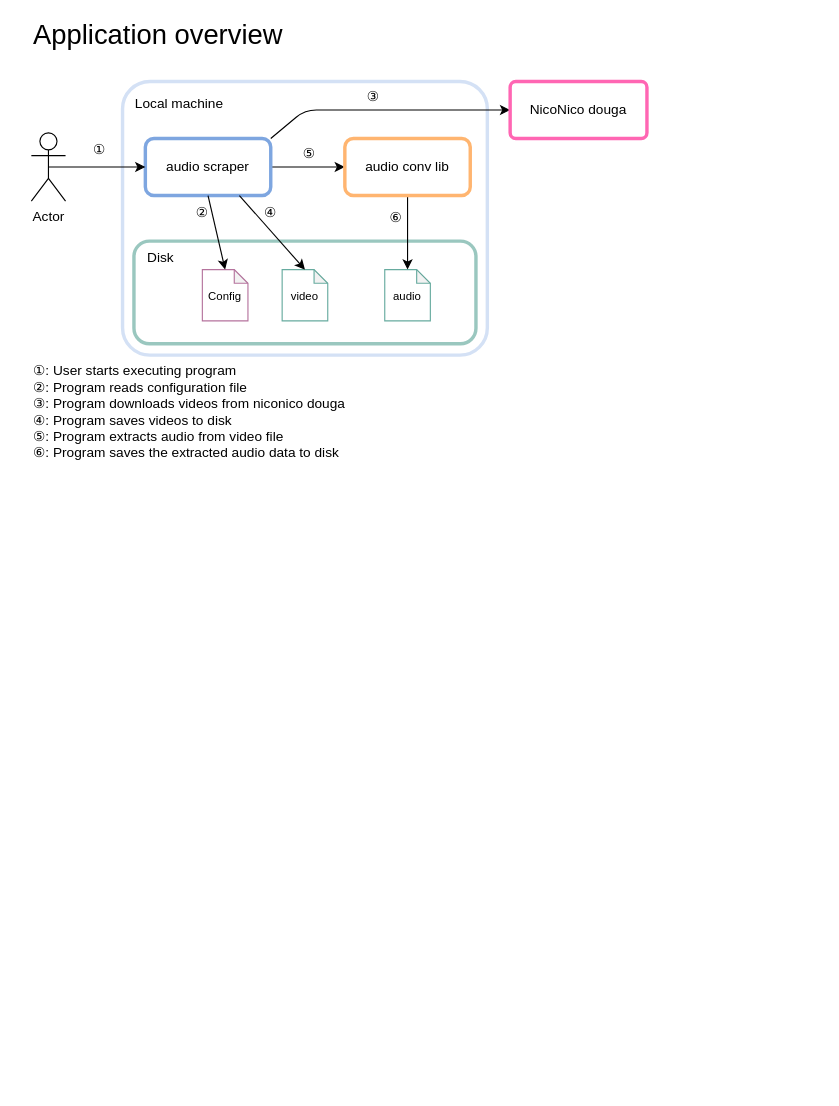
Earlier version of the draw.io diagram docs/audio-scraper-design.drawio (eiji03aero/niconico-scraper). Source tidied: cells renumbered, new cells numbered last; positions are measured from the earlier drawing's top-left corner, leaving out a move shared by most shapes. Both pictures are drawn from the tidied source at 114%, with x=0, y=0 at pixel (31, 24).
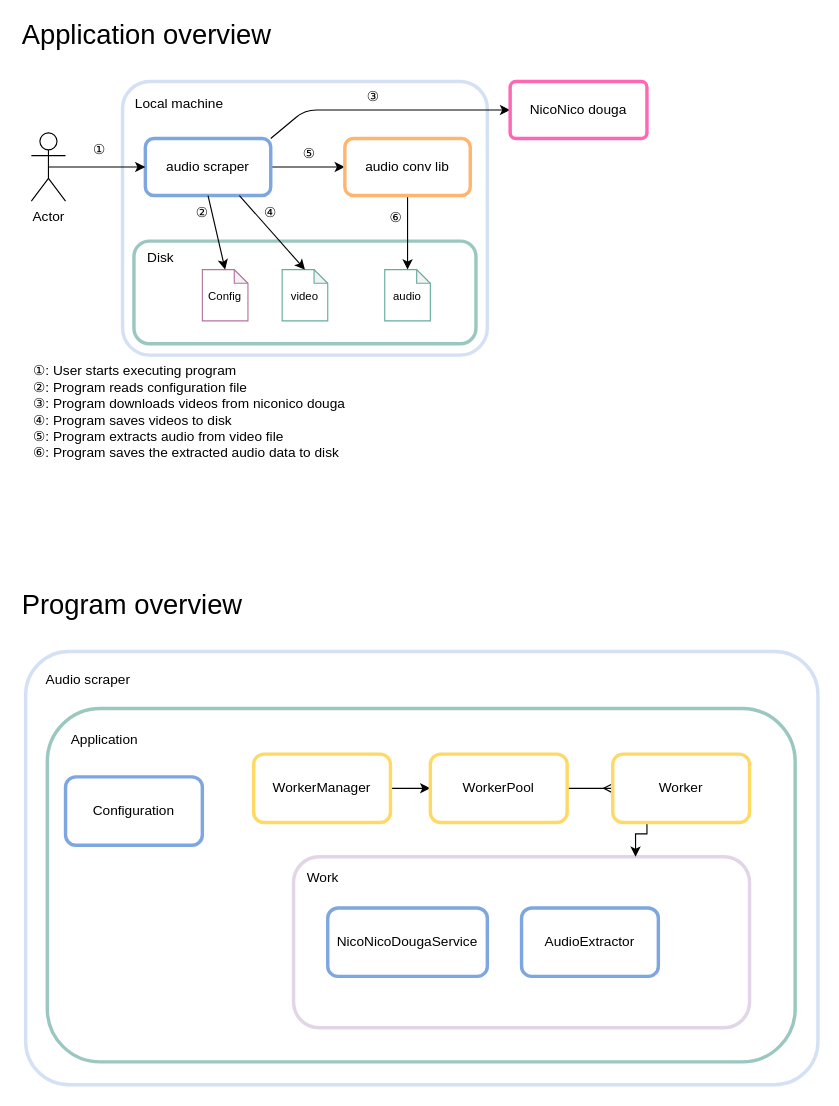
The same diagram, later.

Commit message (it also covers changes not shown here):
added program overview

The edit, as a diff of the source:
```diff
@@
     <mxCell id="25" value="Application overview" style="text;html=1;strokeColor=none;fillColor=none;align=left;verticalAlign=middle;whiteSpace=wrap;rounded=0;fontSize=24;" parent="1" vertex="1">
-      <mxGeometry width="230" height="20" as="geometry" />
+      <mxGeometry x="-10" width="230" height="20" as="geometry" />
     </mxCell>
@@
+    <mxCell id="27" value="Program overview" style="text;html=1;strokeColor=none;fillColor=none;align=left;verticalAlign=middle;whiteSpace=wrap;rounded=0;fontSize=24;" parent="1" vertex="1">
+      <mxGeometry x="-10" y="500" width="230" height="20" as="geometry" />
+    </mxCell>
+    <mxCell id="28" style="rounded=1;arcSize=10;whiteSpace=wrap;html=1;align=center;strokeWidth=3;strokeColor=#D4E1F5;" parent="1" vertex="1">
+      <mxGeometry x="-5" y="550" width="695" height="380" as="geometry" />
+    </mxCell>
+    <mxCell id="29" value="Audio scraper" style="text;html=1;strokeColor=none;fillColor=none;align=center;verticalAlign=middle;whiteSpace=wrap;rounded=0;" parent="1" vertex="1">
+      <mxGeometry x="10" y="560" width="80" height="30" as="geometry" />
+    </mxCell>
+    <mxCell id="30" style="rounded=1;whiteSpace=wrap;html=1;strokeWidth=3;strokeColor=#9AC7BF;" parent="1" vertex="1">
+      <mxGeometry x="14" y="600" width="656" height="310" as="geometry" />
+    </mxCell>
+    <mxCell id="31" value="Application" style="text;html=1;strokeColor=none;fillColor=none;align=left;verticalAlign=middle;whiteSpace=wrap;rounded=0;" parent="1" vertex="1">
+      <mxGeometry x="33" y="613" width="90" height="30" as="geometry" />
+    </mxCell>
+    <mxCell id="32" value="Configuration" style="rounded=1;whiteSpace=wrap;html=1;strokeColor=#7EA6E0;strokeWidth=3;align=center;" parent="1" vertex="1">
+      <mxGeometry x="30" y="660" width="120" height="60" as="geometry" />
+    </mxCell>
+    <mxCell id="33" style="edgeStyle=orthogonalEdgeStyle;rounded=0;jettySize=auto;html=1;exitX=1;exitY=0.5;exitDx=0;exitDy=0;" parent="1" edge="1" source="34" target="36">
+      <mxGeometry relative="1" as="geometry">
+        <Array as="points">
+          <mxPoint x="335" y="670" />
+          <mxPoint x="335" y="670" />
+        </Array>
+      </mxGeometry>
+    </mxCell>
+    <mxCell id="34" value="WorkerManager" style="rounded=1;whiteSpace=wrap;html=1;strokeColor=#FFD966;strokeWidth=3;align=center;" parent="1" vertex="1">
+      <mxGeometry x="195" y="640" width="120" height="60" as="geometry" />
+    </mxCell>
+    <mxCell id="35" style="edgeStyle=orthogonalEdgeStyle;rounded=0;jettySize=auto;html=1;exitX=1;exitY=0.5;exitDx=0;exitDy=0;entryX=0;entryY=0.5;entryDx=0;entryDy=0;endArrow=ERmany;endFill=0;" parent="1" edge="1" source="36" target="40">
+      <mxGeometry relative="1" as="geometry" />
+    </mxCell>
+    <mxCell id="36" value="WorkerPool" style="rounded=1;whiteSpace=wrap;html=1;strokeColor=#FFD966;strokeWidth=3;align=center;" parent="1" vertex="1">
+      <mxGeometry x="350" y="640" width="120" height="60" as="geometry" />
+    </mxCell>
+    <mxCell id="37" style="rounded=1;whiteSpace=wrap;html=1;strokeColor=#E1D5E7;strokeWidth=3;align=center;" parent="1" vertex="1">
+      <mxGeometry x="230" y="730" width="400" height="150" as="geometry" />
+    </mxCell>
+    <mxCell id="38" value="AudioExtractor" style="rounded=1;whiteSpace=wrap;html=1;strokeColor=#7EA6E0;strokeWidth=3;align=center;" parent="1" vertex="1">
+      <mxGeometry x="430" y="775" width="120" height="60" as="geometry" />
+    </mxCell>
+    <mxCell id="39" style="edgeStyle=orthogonalEdgeStyle;rounded=0;jettySize=auto;html=1;exitX=0.25;exitY=1;exitDx=0;exitDy=0;entryX=0.75;entryY=0;entryDx=0;entryDy=0;endArrow=classic;endFill=1;" parent="1" edge="1" source="40" target="37">
+      <mxGeometry relative="1" as="geometry">
+        <Array as="points">
+          <mxPoint x="540" y="710" />
+          <mxPoint x="530" y="710" />
+        </Array>
+      </mxGeometry>
+    </mxCell>
+    <mxCell id="40" value="Worker" style="rounded=1;whiteSpace=wrap;html=1;strokeColor=#FFD966;strokeWidth=3;align=center;" parent="1" vertex="1">
+      <mxGeometry x="510" y="640" width="120" height="60" as="geometry" />
+    </mxCell>
+    <mxCell id="41" value="Work" style="text;html=1;strokeColor=none;fillColor=none;align=left;verticalAlign=middle;whiteSpace=wrap;rounded=0;" parent="1" vertex="1">
+      <mxGeometry x="240" y="734" width="90" height="30" as="geometry" />
+    </mxCell>
+    <mxCell id="42" value="NicoNicoDougaService" style="rounded=1;whiteSpace=wrap;html=1;strokeColor=#7EA6E0;strokeWidth=3;align=center;" parent="1" vertex="1">
+      <mxGeometry x="260" y="775" width="140" height="60" as="geometry" />
+    </mxCell>
```
